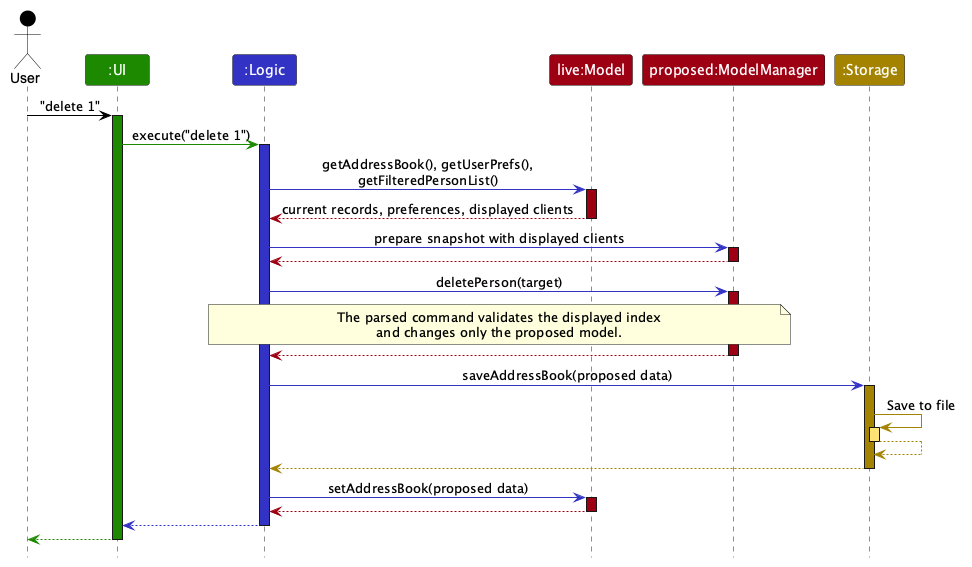
This is docs/images/ArchitectureSequenceDiagram.png from AY2627S1-CS2103T-T10-1/tp, a PlantUML export, as it was before one commit. Its source is kept beside it as docs/diagrams/ArchitectureSequenceDiagram.puml.
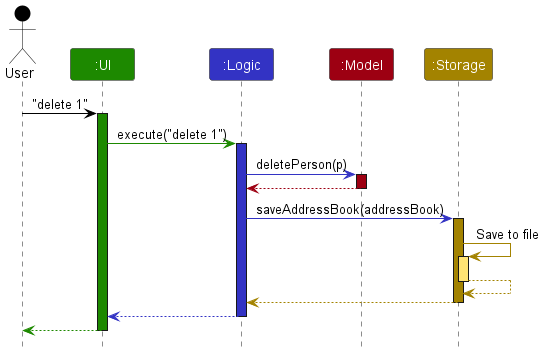
After the commit.

Change to the diagram source:
```diff
@@ -5,8 +5,7 @@
 Actor User as user USER_COLOR
 Participant ":UI" as ui UI_COLOR
 Participant ":Logic" as logic LOGIC_COLOR
-Participant "live:Model" as model MODEL_COLOR
-Participant "proposed:ModelManager" as proposed MODEL_COLOR
+Participant ":Model" as model MODEL_COLOR
 Participant ":Storage" as storage STORAGE_COLOR
 
 user -[USER_COLOR]> ui : "delete 1"
@@ -15,23 +14,13 @@
 ui -[UI_COLOR]> logic : execute("delete 1")
 activate logic LOGIC_COLOR
 
-logic -[LOGIC_COLOR]> model : getAddressBook(), getUserPrefs(),\ngetFilteredPersonList()
+logic -[LOGIC_COLOR]> model : deletePerson(p)
 activate model MODEL_COLOR
-model --[MODEL_COLOR]> logic : current records, preferences, displayed clients
+
+model -[MODEL_COLOR]-> logic
 deactivate model
 
-logic -[LOGIC_COLOR]> proposed : prepare snapshot with displayed clients
-activate proposed MODEL_COLOR
-proposed --[MODEL_COLOR]> logic
-deactivate proposed
-
-logic -[LOGIC_COLOR]> proposed : deletePerson(target)
-activate proposed MODEL_COLOR
-note over logic, proposed : The parsed command validates the displayed index\nand changes only the proposed model.
-proposed --[MODEL_COLOR]> logic
-deactivate proposed
-
-logic -[LOGIC_COLOR]> storage : saveAddressBook(proposed data)
+logic -[LOGIC_COLOR]> storage : saveAddressBook(addressBook)
 activate storage STORAGE_COLOR
 
 storage -[STORAGE_COLOR]> storage : Save to file
@@ -42,11 +31,6 @@
 storage --[STORAGE_COLOR]> logic
 deactivate storage
 
-logic -[LOGIC_COLOR]> model : setAddressBook(proposed data)
-activate model MODEL_COLOR
-model --[MODEL_COLOR]> logic
-deactivate model
-
 logic --[LOGIC_COLOR]> ui
 deactivate logic
 
```
